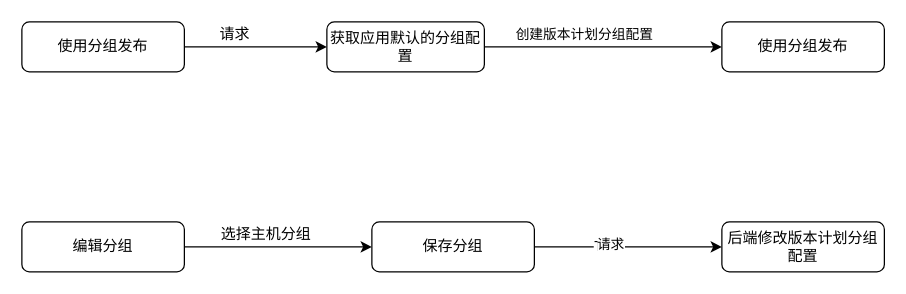
Before: 曹操/分组串行发布改造后流程.drawio in Makecodeeasy/diagrams, a draw.io diagram. Source tidied: cells renumbered, new cells numbered last; positions are measured from the earlier drawing's top-left corner, leaving out a move shared by most shapes. Both pictures are drawn from the tidied source at 125%, with x=0, y=0 at pixel (21, 21).
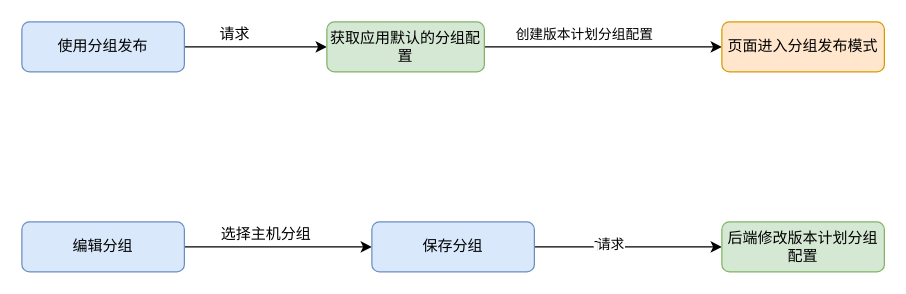
The same page after the edit.

Commit message:
分组发布流程.drawio

Diff of the diagram source:
```diff
@@
 <mxGraphModel>
   <root>
     <mxCell id="0" />
     <mxCell id="1" parent="0" />
     <mxCell id="2" style="edgeStyle=orthogonalEdgeStyle;rounded=0;jettySize=auto;html=1;exitX=1;exitY=0.5;exitDx=0;exitDy=0;entryX=0;entryY=0.5;entryDx=0;entryDy=0;" parent="1" edge="1" source="3" target="5">
       <mxGeometry relative="1" as="geometry" />
     </mxCell>
-    <mxCell id="3" value="使用分组发布" style="rounded=1;whiteSpace=wrap;html=1;" parent="1" vertex="1">
+    <mxCell id="3" value="使用分组发布" style="rounded=1;whiteSpace=wrap;html=1;fillColor=#dae8fc;strokeColor=#6c8ebf;" parent="1" vertex="1">
       <mxGeometry width="130" height="40" as="geometry" />
     </mxCell>
     <mxCell id="4" value="创建版本计划分组配置" style="edgeStyle=orthogonalEdgeStyle;rounded=0;jettySize=auto;html=1;exitX=1;exitY=0.5;exitDx=0;exitDy=0;entryX=0;entryY=0.5;entryDx=0;entryDy=0;" parent="1" edge="1" source="5" target="7">
       <mxGeometry x="-0.16" y="10" relative="1" as="geometry" />
     </mxCell>
-    <mxCell id="5" value="获取应用默认的分组配置" style="rounded=1;whiteSpace=wrap;html=1;" parent="1" vertex="1">
+    <mxCell id="5" value="获取应用默认的分组配置" style="rounded=1;whiteSpace=wrap;html=1;fillColor=#d5e8d4;strokeColor=#82b366;" parent="1" vertex="1">
       <mxGeometry x="244" width="126" height="40" as="geometry" />
     </mxCell>
     <mxCell id="6" value="请求" style="text;html=1;align=center;verticalAlign=middle;strokeColor=none;" parent="1" vertex="1">
       <mxGeometry x="150" width="40" height="20" as="geometry" />
     </mxCell>
-    <mxCell id="7" value="使用分组发布" style="rounded=1;whiteSpace=wrap;html=1;" parent="1" vertex="1">
+    <mxCell id="7" value="页面进入分组发布模式" style="rounded=1;whiteSpace=wrap;html=1;fillColor=#ffe6cc;strokeColor=#d79b00;" parent="1" vertex="1">
       <mxGeometry x="560" width="130" height="40" as="geometry" />
     </mxCell>
     <mxCell id="8" style="edgeStyle=orthogonalEdgeStyle;rounded=0;jettySize=auto;html=1;exitX=1;exitY=0.5;exitDx=0;exitDy=0;entryX=0;entryY=0.5;entryDx=0;entryDy=0;" parent="1" edge="1" source="9" target="13">
       <mxGeometry relative="1" as="geometry" />
     </mxCell>
-    <mxCell id="9" value="编辑分组" style="rounded=1;whiteSpace=wrap;html=1;" parent="1" vertex="1">
+    <mxCell id="9" value="编辑分组" style="rounded=1;whiteSpace=wrap;html=1;fillColor=#dae8fc;strokeColor=#6c8ebf;" parent="1" vertex="1">
       <mxGeometry y="160" width="130" height="40" as="geometry" />
     </mxCell>
     <mxCell id="10" style="edgeStyle=orthogonalEdgeStyle;rounded=0;jettySize=auto;html=1;exitX=1;exitY=0.5;exitDx=0;exitDy=0;" parent="1" edge="1" source="13">
       <mxGeometry relative="1" as="geometry">
         <mxPoint x="560" y="180" as="targetPoint" />
       </mxGeometry>
     </mxCell>
     <mxCell id="11" value="Text" style="edgeLabel;html=1;align=center;verticalAlign=middle;" parent="10" vertex="1">
       <mxGeometry x="-0.24" y="1" relative="1" as="geometry" />
     </mxCell>
     <mxCell id="12" value="请求" style="edgeLabel;html=1;align=center;verticalAlign=middle;" parent="10" vertex="1">
       <mxGeometry x="-0.2" y="3" relative="1" as="geometry" />
     </mxCell>
-    <mxCell id="13" value="保存分组" style="rounded=1;whiteSpace=wrap;html=1;" parent="1" vertex="1">
+    <mxCell id="13" value="保存分组" style="rounded=1;whiteSpace=wrap;html=1;fillColor=#dae8fc;strokeColor=#6c8ebf;" parent="1" vertex="1">
       <mxGeometry x="280" y="160" width="130" height="40" as="geometry" />
     </mxCell>
     <mxCell id="14" value="选择主机分组" style="text;html=1;align=center;verticalAlign=middle;strokeColor=none;" parent="1" vertex="1">
       <mxGeometry x="150" y="160" width="90" height="20" as="geometry" />
     </mxCell>
-    <mxCell id="15" value="后端修改版本计划分组配置" style="rounded=1;whiteSpace=wrap;html=1;" parent="1" vertex="1">
+    <mxCell id="15" value="后端修改版本计划分组配置" style="rounded=1;whiteSpace=wrap;html=1;fillColor=#d5e8d4;strokeColor=#82b366;" parent="1" vertex="1">
       <mxGeometry x="560" y="160" width="130" height="40" as="geometry" />
     </mxCell>
   </root>
 </mxGraphModel>
```
